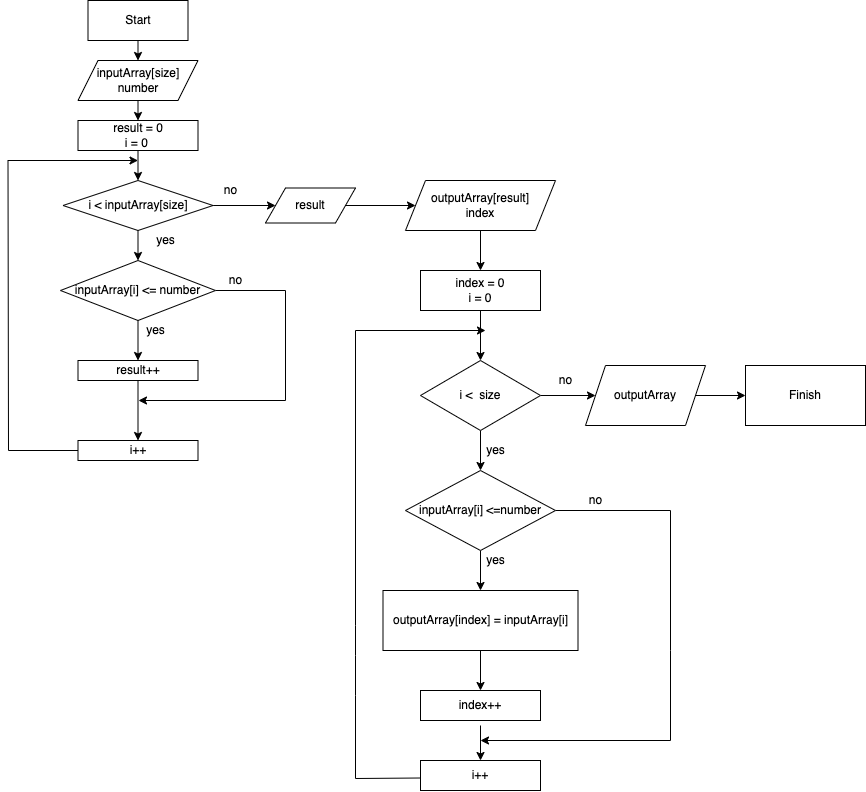
The draw.io diagram diagram.drawio.png in ProYulia/FinalTestCSharp, before a commit. Source tidied: cells renumbered, new cells last; positions are measured from the earlier drawing's top-left corner, leaving out a move shared by most shapes.
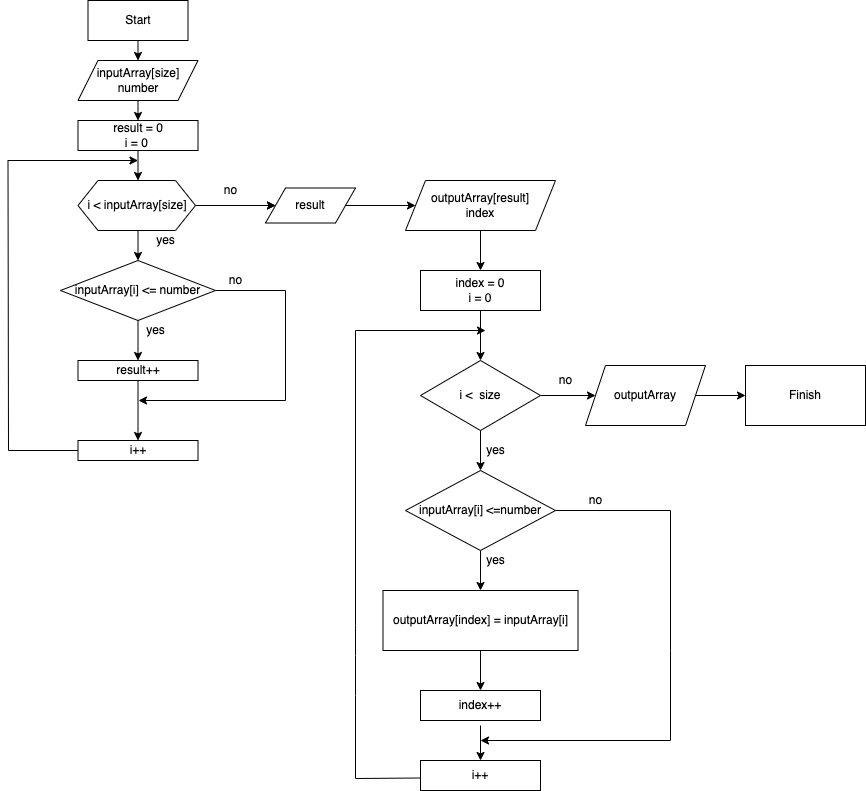
After the change.

Commit message:
diagram finalized

The edit, as a diff of the source:
```diff
@@ -78,21 +78,24 @@
         <mxPoint x="738" y="395" as="targetPoint" />
       </mxGeometry>
     </mxCell>
-    <mxCell id="18" style="edgeStyle=none;html=1;entryX=0.5;entryY=0;entryDx=0;entryDy=0;rounded=0;" parent="1" edge="1" source="19" target="22">
-      <mxGeometry relative="1" as="geometry" />
+    <mxCell id="18" style="edgeStyle=none;html=1;entryX=0.5;entryY=0;entryDx=0;entryDy=0;rounded=0;" parent="1" edge="1" source="19">
+      <mxGeometry relative="1" as="geometry">
+        <mxPoint x="130.5" y="180" as="targetPoint" />
+      </mxGeometry>
     </mxCell>
     <mxCell id="19" value="result = 0&lt;br&gt;i = 0&amp;nbsp;" style="rounded=0;whiteSpace=wrap;html=1;" parent="1" vertex="1">
       <mxGeometry x="70.5" y="120" width="120" height="30" as="geometry" />
     </mxCell>
-    <mxCell id="20" style="edgeStyle=none;html=1;entryX=0.5;entryY=0;entryDx=0;entryDy=0;rounded=0;" parent="1" edge="1" source="22" target="25">
-      <mxGeometry relative="1" as="geometry" />
+    <mxCell id="20" style="edgeStyle=none;html=1;entryX=0.5;entryY=0;entryDx=0;entryDy=0;rounded=0;" parent="1" edge="1" target="25">
+      <mxGeometry relative="1" as="geometry">
+        <mxPoint x="130.5" y="230" as="sourcePoint" />
+      </mxGeometry>
     </mxCell>
-    <mxCell id="21" style="edgeStyle=none;html=1;rounded=0;" parent="1" edge="1" source="22" target="34">
-      <mxGeometry relative="1" as="geometry" />
+    <mxCell id="21" style="edgeStyle=none;html=1;rounded=0;" parent="1" edge="1" target="34">
+      <mxGeometry relative="1" as="geometry">
+        <mxPoint x="205.5" y="205" as="sourcePoint" />
+      </mxGeometry>
     </mxCell>
-    <mxCell id="22" value="i &amp;lt; inputArray[size]" style="rhombus;whiteSpace=wrap;html=1;rounded=0;" parent="1" vertex="1">
-      <mxGeometry x="55.5" y="180" width="150" height="50" as="geometry" />
-    </mxCell>
     <mxCell id="23" style="edgeStyle=none;html=1;entryX=0.5;entryY=0;entryDx=0;entryDy=0;rounded=0;" parent="1" edge="1" source="25" target="29">
       <mxGeometry relative="1" as="geometry" />
     </mxCell>
@@ -177,5 +180,11 @@
     <mxCell id="46" value="yes" style="text;html=1;align=center;verticalAlign=middle;strokeColor=none;fillColor=none;" parent="1" vertex="1">
       <mxGeometry x="473" y="550" width="30" height="20" as="geometry" />
     </mxCell>
+    <mxCell id="47" style="edgeStyle=none;html=1;" parent="1" edge="1" source="22" target="34">
+      <mxGeometry relative="1" as="geometry" />
+    </mxCell>
+    <mxCell id="22" value="i &amp;lt; inputArray[size]" style="shape=hexagon;perimeter=hexagonPerimeter2;whiteSpace=wrap;html=1;fixedSize=1;" parent="1" vertex="1">
+      <mxGeometry x="70.5" y="180" width="117.5" height="50" as="geometry" />
+    </mxCell>
   </root>
 </mxGraphModel>
```
